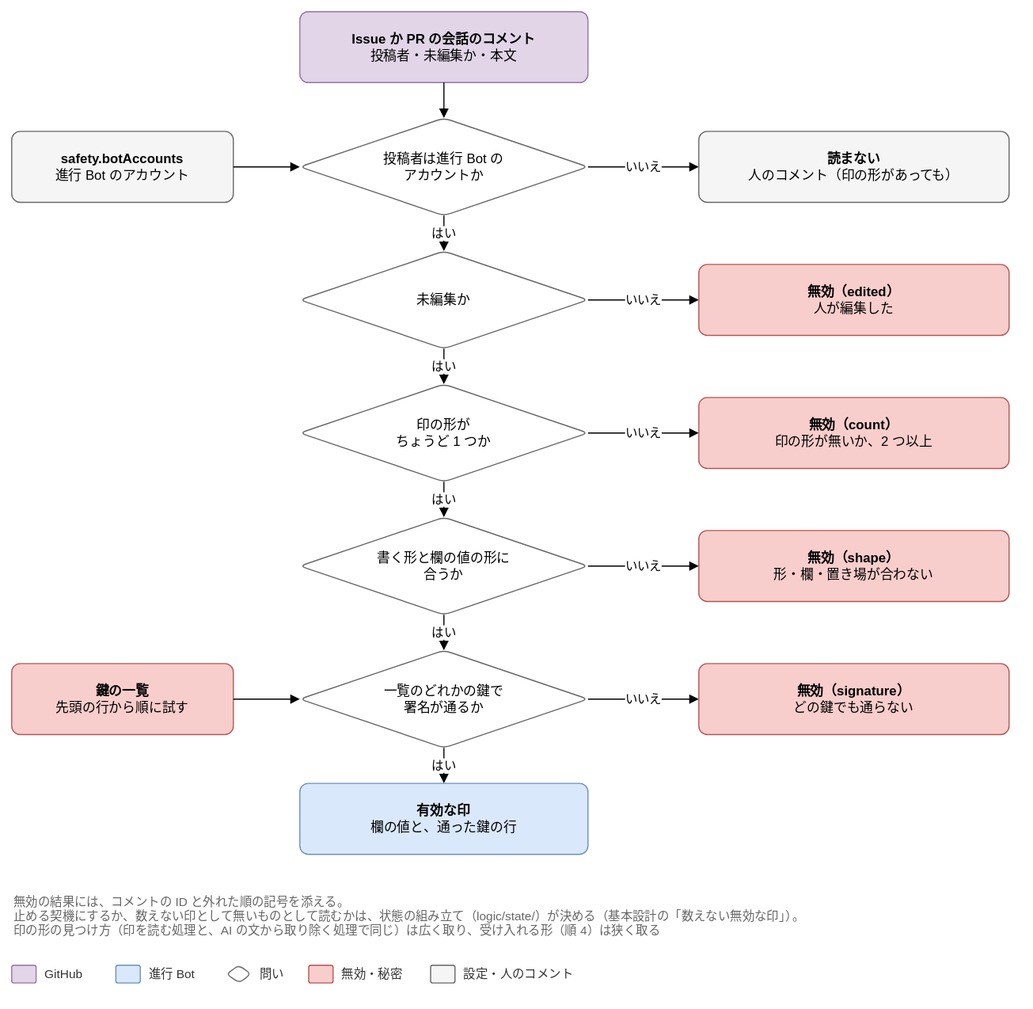
Earlier version of the draw.io export docs/design/detailed/diagrams/03-read.drawio.svg (Joymerrevent/dev-autopilot). Source tidied: cells renumbered, new cells last; positions are measured from the earlier drawing's top-left corner, leaving out a move shared by most shapes.
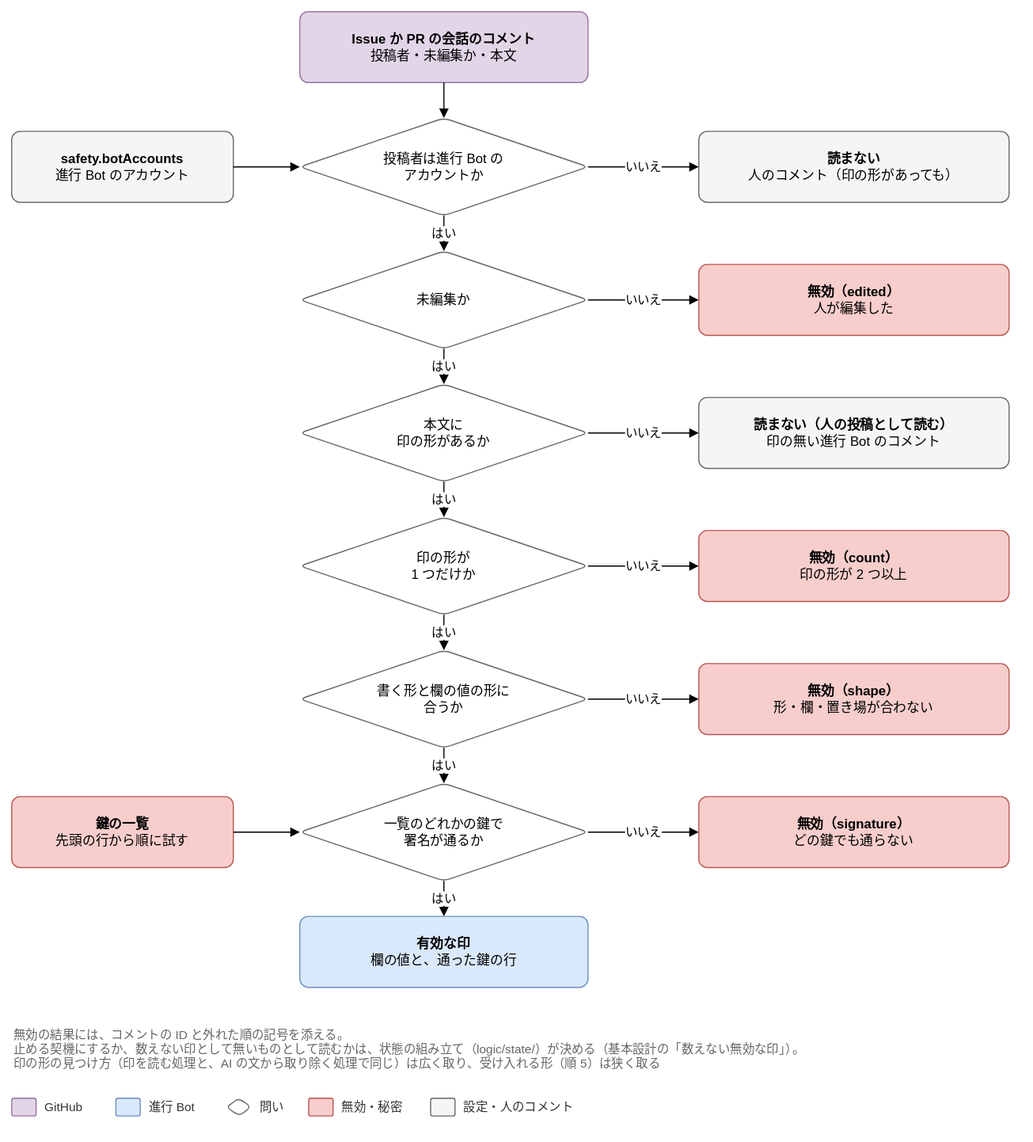
After the commit.

Commit message:
docs(design): 詳細設計の印を読む図と lock の図を、直した表に合わせる

- H-19：03-read に「本文に印の形があるか」の問いと、いいえの先の「読まない（人の投稿として読む）」を足し、
  印の数の問いを「1 つだけか」、count の箱を「2 つ以上」、注の受け入れる形を順 5 に直す
- M-1・M-11（G1 の波及）：02-lock の注に、プロセスの有無を io/processes.ts で読むことと、
  ホスト名を io/os.ts で取ることを書く

Claude-Session: https://claude.ai/code/session_01LvmXQN14Y95msvojZ6hWNP

Diff of the diagram source:
```diff
@@ -3,13 +3,13 @@
     <mxCell id="0" />
     <mxCell id="1" parent="0" />
     <mxCell id="2" value="&lt;b&gt;Issue か PR の会話のコメント&lt;/b&gt;&lt;br&gt;投稿者・未編集か・本文" style="rounded=1;whiteSpace=wrap;html=1;fontSize=12;arcSize=12;spacing=12;fillColor=#e1d5e7;strokeColor=#9673a6;" parent="1" vertex="1">
-      <mxGeometry x="260" width="260" height="64" as="geometry" />
+      <mxGeometry x="260" y="-120" width="260" height="64" as="geometry" />
     </mxCell>
     <mxCell id="3" value="投稿者は進行 Bot の&lt;br&gt;アカウントか" style="rounded=1;whiteSpace=wrap;html=1;fontSize=12;arcSize=12;spacing=12;shape=rhombus;perimeter=rhombusPerimeter;fillColor=#ffffff;strokeColor=#666666;spacing=4;" parent="1" vertex="1">
-      <mxGeometry x="260" y="96" width="260" height="88" as="geometry" />
+      <mxGeometry x="260" y="-24" width="260" height="88" as="geometry" />
     </mxCell>
     <mxCell id="4" value="&lt;b&gt;読まない&lt;/b&gt;&lt;br&gt;人のコメント（印の形があっても）" style="rounded=1;whiteSpace=wrap;html=1;fontSize=12;arcSize=12;spacing=12;fillColor=#f5f5f5;strokeColor=#666666;" parent="1" vertex="1">
-      <mxGeometry x="620" y="108" width="280" height="64" as="geometry" />
+      <mxGeometry x="620" y="-12" width="280" height="64" as="geometry" />
     </mxCell>
     <mxCell id="5" style="edgeStyle=orthogonalEdgeStyle;rounded=1;html=1;endArrow=block;endFill=1;fontSize=11;labelBackgroundColor=#ffffff;exitX=0.5;exitY=1;exitDx=0;exitDy=0;entryX=0.5;entryY=0;entryDx=0;entryDy=0;" parent="1" edge="1" source="2" target="3">
       <mxGeometry relative="1" as="geometry" />
@@ -18,10 +18,10 @@
       <mxGeometry relative="1" as="geometry" />
     </mxCell>
     <mxCell id="7" value="未編集か" style="rounded=1;whiteSpace=wrap;html=1;fontSize=12;arcSize=12;spacing=12;shape=rhombus;perimeter=rhombusPerimeter;fillColor=#ffffff;strokeColor=#666666;spacing=4;" parent="1" vertex="1">
-      <mxGeometry x="260" y="216" width="260" height="88" as="geometry" />
+      <mxGeometry x="260" y="96" width="260" height="88" as="geometry" />
     </mxCell>
     <mxCell id="8" value="&lt;b&gt;無効（edited）&lt;/b&gt;&lt;br&gt;人が編集した" style="rounded=1;whiteSpace=wrap;html=1;fontSize=12;arcSize=12;spacing=12;fillColor=#f8cecc;strokeColor=#b85450;" parent="1" vertex="1">
-      <mxGeometry x="620" y="228" width="280" height="64" as="geometry" />
+      <mxGeometry x="620" y="108" width="280" height="64" as="geometry" />
     </mxCell>
     <mxCell id="9" value="はい" style="edgeStyle=orthogonalEdgeStyle;rounded=1;html=1;endArrow=block;endFill=1;fontSize=11;labelBackgroundColor=#ffffff;exitX=0.5;exitY=1;exitDx=0;exitDy=0;entryX=0.5;entryY=0;entryDx=0;entryDy=0;" parent="1" edge="1" source="3" target="7">
       <mxGeometry relative="1" as="geometry" />
@@ -29,13 +29,25 @@
     <mxCell id="10" value="いいえ" style="edgeStyle=orthogonalEdgeStyle;rounded=1;html=1;endArrow=block;endFill=1;fontSize=11;labelBackgroundColor=#ffffff;exitX=1;exitY=0.5;exitDx=0;exitDy=0;entryX=0;entryY=0.5;entryDx=0;entryDy=0;" parent="1" edge="1" source="7" target="8">
       <mxGeometry relative="1" as="geometry" />
     </mxCell>
+    <mxCell id="40" value="本文に&lt;br&gt;印の形があるか" style="rounded=1;whiteSpace=wrap;html=1;fontSize=12;arcSize=12;spacing=12;shape=rhombus;perimeter=rhombusPerimeter;fillColor=#ffffff;strokeColor=#666666;spacing=4;" parent="1" vertex="1">
+      <mxGeometry x="260" y="216" width="260" height="88" as="geometry" />
+    </mxCell>
+    <mxCell id="41" value="&lt;b&gt;読まない（人の投稿として読む）&lt;/b&gt;&lt;br&gt;印の無い進行 Bot のコメント" style="rounded=1;whiteSpace=wrap;html=1;fontSize=12;arcSize=12;spacing=12;fillColor=#f5f5f5;strokeColor=#666666;" parent="1" vertex="1">
+      <mxGeometry x="620" y="228" width="280" height="64" as="geometry" />
+    </mxCell>
+    <mxCell id="42" value="はい" style="edgeStyle=orthogonalEdgeStyle;rounded=1;html=1;endArrow=block;endFill=1;fontSize=11;labelBackgroundColor=#ffffff;exitX=0.5;exitY=1;exitDx=0;exitDy=0;entryX=0.5;entryY=0;entryDx=0;entryDy=0;" parent="1" edge="1" source="7" target="40">
+      <mxGeometry relative="1" as="geometry" />
+    </mxCell>
+    <mxCell id="43" value="いいえ" style="edgeStyle=orthogonalEdgeStyle;rounded=1;html=1;endArrow=block;endFill=1;fontSize=11;labelBackgroundColor=#ffffff;exitX=1;exitY=0.5;exitDx=0;exitDy=0;entryX=0;entryY=0.5;entryDx=0;entryDy=0;" parent="1" edge="1" source="40" target="41">
+      <mxGeometry relative="1" as="geometry" />
+    </mxCell>
-    <mxCell id="11" value="印の形が&lt;br&gt;ちょうど 1 つか" style="rounded=1;whiteSpace=wrap;html=1;fontSize=12;arcSize=12;spacing=12;shape=rhombus;perimeter=rhombusPerimeter;fillColor=#ffffff;strokeColor=#666666;spacing=4;" parent="1" vertex="1">
+    <mxCell id="11" value="印の形が&lt;br&gt;1 つだけか" style="rounded=1;whiteSpace=wrap;html=1;fontSize=12;arcSize=12;spacing=12;shape=rhombus;perimeter=rhombusPerimeter;fillColor=#ffffff;strokeColor=#666666;spacing=4;" parent="1" vertex="1">
       <mxGeometry x="260" y="336" width="260" height="88" as="geometry" />
     </mxCell>
-    <mxCell id="12" value="&lt;b&gt;無効（count）&lt;/b&gt;&lt;br&gt;印の形が無いか、2 つ以上" style="rounded=1;whiteSpace=wrap;html=1;fontSize=12;arcSize=12;spacing=12;fillColor=#f8cecc;strokeColor=#b85450;" parent="1" vertex="1">
+    <mxCell id="12" value="&lt;b&gt;無効（count）&lt;/b&gt;&lt;br&gt;印の形が 2 つ以上" style="rounded=1;whiteSpace=wrap;html=1;fontSize=12;arcSize=12;spacing=12;fillColor=#f8cecc;strokeColor=#b85450;" parent="1" vertex="1">
       <mxGeometry x="620" y="348" width="280" height="64" as="geometry" />
     </mxCell>
-    <mxCell id="13" value="はい" style="edgeStyle=orthogonalEdgeStyle;rounded=1;html=1;endArrow=block;endFill=1;fontSize=11;labelBackgroundColor=#ffffff;exitX=0.5;exitY=1;exitDx=0;exitDy=0;entryX=0.5;entryY=0;entryDx=0;entryDy=0;" parent="1" edge="1" source="7" target="11">
+    <mxCell id="13" value="はい" style="edgeStyle=orthogonalEdgeStyle;rounded=1;html=1;endArrow=block;endFill=1;fontSize=11;labelBackgroundColor=#ffffff;exitX=0.5;exitY=1;exitDx=0;exitDy=0;entryX=0.5;entryY=0;entryDx=0;entryDy=0;" parent="1" edge="1" source="40" target="11">
       <mxGeometry relative="1" as="geometry" />
     </mxCell>
     <mxCell id="14" value="いいえ" style="edgeStyle=orthogonalEdgeStyle;rounded=1;html=1;endArrow=block;endFill=1;fontSize=11;labelBackgroundColor=#ffffff;exitX=1;exitY=0.5;exitDx=0;exitDy=0;entryX=0;entryY=0.5;entryDx=0;entryDy=0;" parent="1" edge="1" source="11" target="12">
@@ -72,7 +84,7 @@
       <mxGeometry relative="1" as="geometry" />
     </mxCell>
     <mxCell id="25" value="&lt;b&gt;safety.botAccounts&lt;/b&gt;&lt;br&gt;進行 Bot のアカウント" style="rounded=1;whiteSpace=wrap;html=1;fontSize=12;arcSize=12;spacing=12;fillColor=#f5f5f5;strokeColor=#666666;" parent="1" vertex="1">
-      <mxGeometry y="108" width="200" height="64" as="geometry" />
+      <mxGeometry y="-12" width="200" height="64" as="geometry" />
     </mxCell>
     <mxCell id="26" style="edgeStyle=orthogonalEdgeStyle;rounded=1;html=1;endArrow=block;endFill=1;fontSize=11;labelBackgroundColor=#ffffff;exitX=1;exitY=0.5;exitDx=0;exitDy=0;entryX=0;entryY=0.5;entryDx=0;entryDy=0;" parent="1" edge="1" source="25" target="3">
       <mxGeometry relative="1" as="geometry" />
@@ -83,7 +95,7 @@
     <mxCell id="28" style="edgeStyle=orthogonalEdgeStyle;rounded=1;html=1;endArrow=block;endFill=1;fontSize=11;labelBackgroundColor=#ffffff;exitX=1;exitY=0.5;exitDx=0;exitDy=0;entryX=0;entryY=0.5;entryDx=0;entryDy=0;" parent="1" edge="1" source="27" target="19">
       <mxGeometry relative="1" as="geometry" />
     </mxCell>
-    <mxCell id="29" value="無効の結果には、コメントの ID と外れた順の記号を添える。&lt;br&gt;止める契機にするか、数えない印として無いものとして読むかは、状態の組み立て（logic/state/）が決める（基本設計の「数えない無効な印」）。&lt;br&gt;印の形の見つけ方（印を読む処理と、AI の文から取り除く処理で同じ）は広く取り、受け入れる形（順 4）は狭く取る" style="text;html=1;whiteSpace=wrap;align=left;verticalAlign=top;fontSize=11;fontColor=#666666;" parent="1" vertex="1">
+    <mxCell id="29" value="無効の結果には、コメントの ID と外れた順の記号を添える。&lt;br&gt;止める契機にするか、数えない印として無いものとして読むかは、状態の組み立て（logic/state/）が決める（基本設計の「数えない無効な印」）。&lt;br&gt;印の形の見つけ方（印を読む処理と、AI の文から取り除く処理で同じ）は広く取り、受け入れる形（順 5）は狭く取る" style="text;html=1;whiteSpace=wrap;align=left;verticalAlign=top;fontSize=11;fontColor=#666666;" parent="1" vertex="1">
       <mxGeometry y="790" width="900" height="52" as="geometry" />
     </mxCell>
     <mxCell id="30" style="rounded=1;whiteSpace=wrap;html=1;fontSize=12;arcSize=12;spacing=12;fillColor=#e1d5e7;strokeColor=#9673a6;" parent="1" vertex="1">
```
